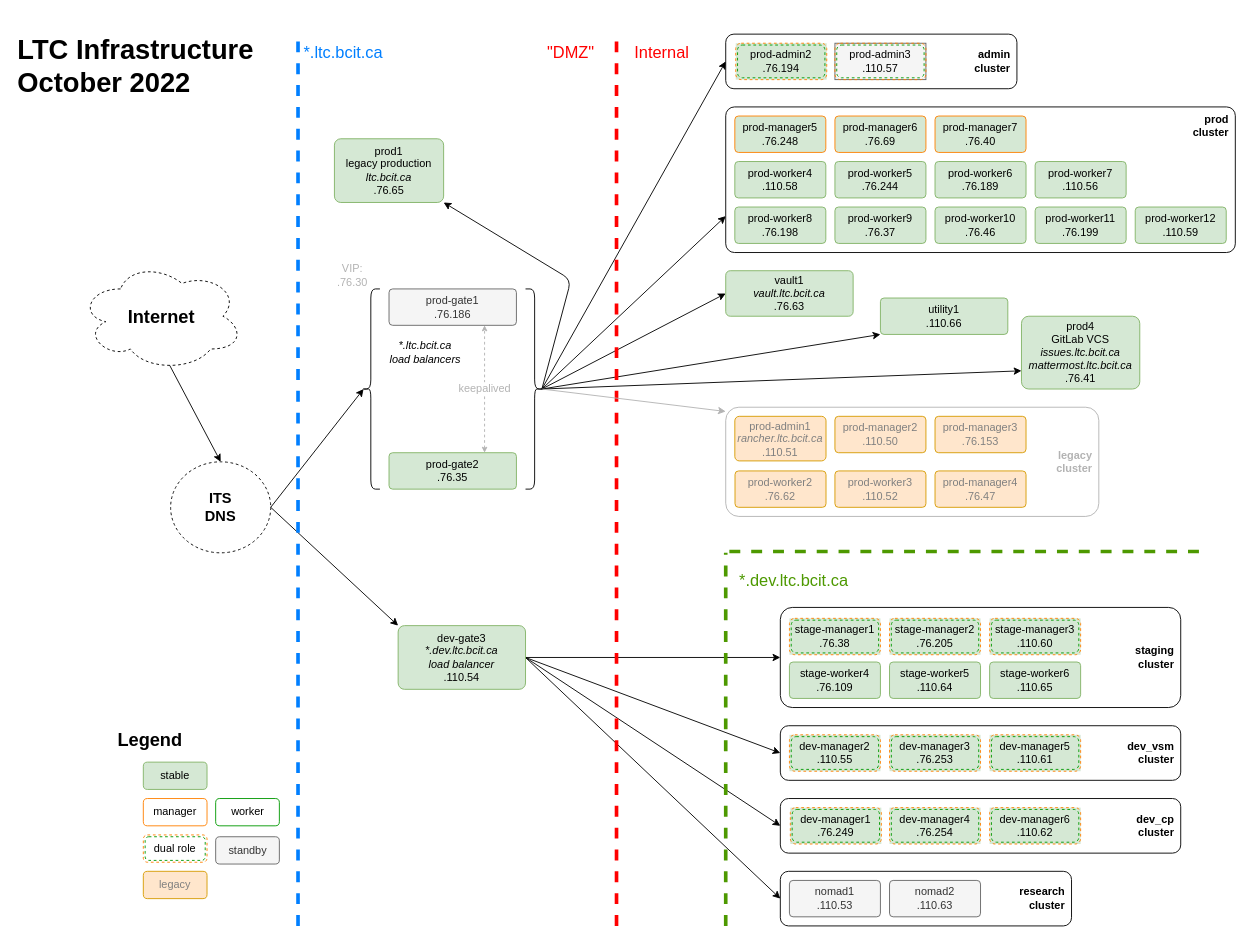
The draw.io diagram docs/assets/ltc-infrastructure-oct2022-light.drawio in bcit-ltc/infrastructure-documentation, before the edit. Source tidied: cells renumbered, new cells numbered last; positions are measured from the earlier drawing's top-left corner, leaving out a move shared by most shapes. Both pictures are drawn from the tidied source at 91%, with x=0, y=0 at pixel (15, 15).
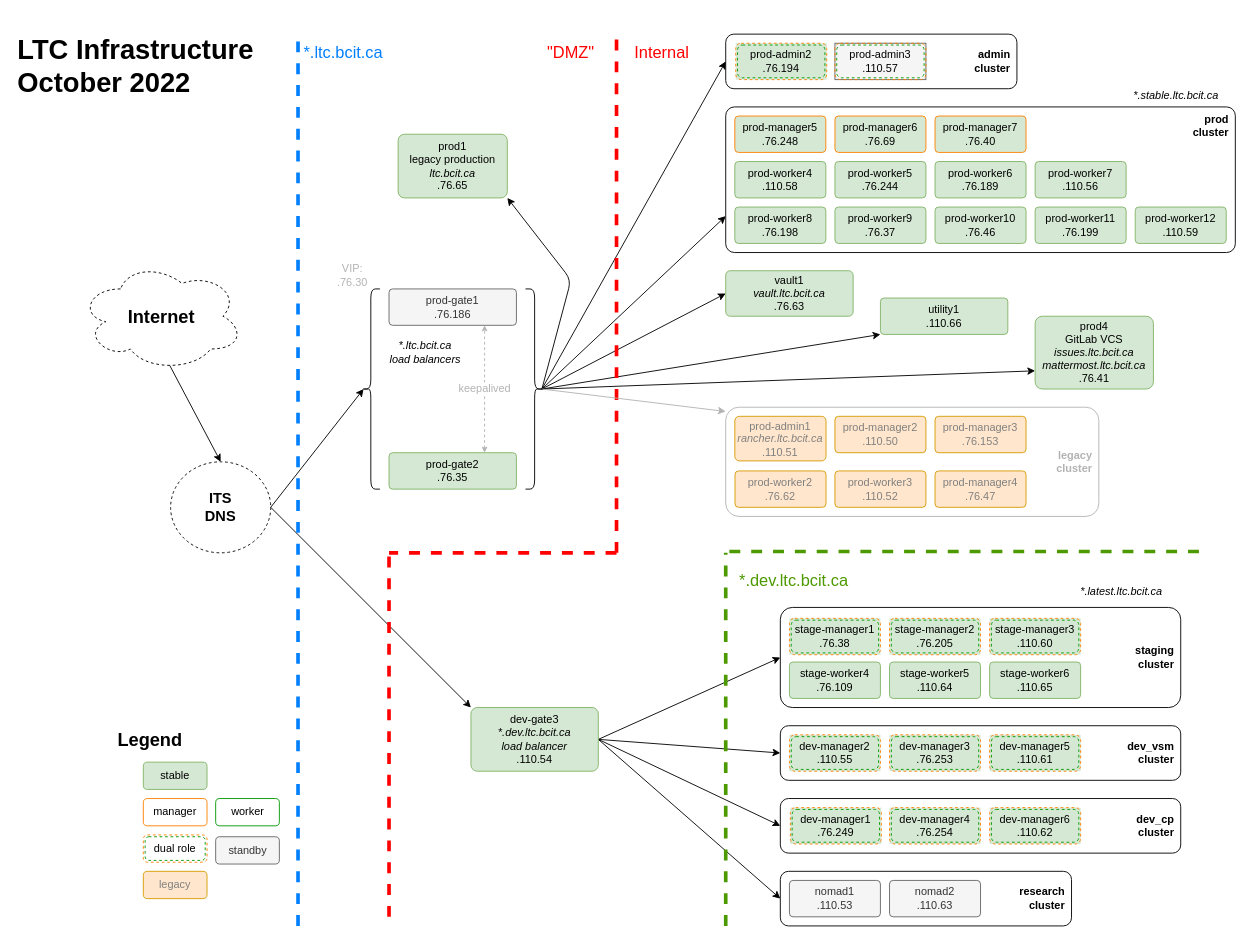
After the change.

Diff of the diagram source:
```diff
@@
     <mxCell id="12" value="dev-gate3&lt;br&gt;&lt;i&gt;*.dev.ltc.bcit.ca&lt;br&gt;load balancer&lt;br&gt;&lt;/i&gt;.110.54" style="rounded=1;arcSize=10;whiteSpace=wrap;html=1;align=center;fillColor=#d5e8d4;strokeColor=#82b366;" parent="1" vertex="1">
-      <mxGeometry x="420" y="670" width="140" height="70" as="geometry" />
+      <mxGeometry x="500" y="760" width="140" height="70" as="geometry" />
     </mxCell>
     <mxCell id="13" value="prod4&lt;br&gt;GitLab VCS&lt;br&gt;&lt;i&gt;issues.ltc.bcit.ca&lt;br&gt;mattermost.ltc.bcit.ca&lt;br&gt;&lt;/i&gt;.76.41" style="rounded=1;arcSize=10;whiteSpace=wrap;html=1;align=center;fillColor=#d5e8d4;strokeColor=#82b366;" parent="1" vertex="1">
-      <mxGeometry x="1105" y="330" width="130" height="80" as="geometry" />
+      <mxGeometry x="1120" y="330" width="130" height="80" as="geometry" />
     </mxCell>
     <mxCell id="14" value="prod1&lt;br&gt;legacy production&lt;br&gt;&lt;i&gt;ltc.bcit.ca&lt;br&gt;&lt;/i&gt;.76.65" style="rounded=1;arcSize=10;whiteSpace=wrap;html=1;align=center;fillColor=#d5e8d4;strokeColor=#82b366;" parent="1" vertex="1">
-      <mxGeometry x="350" y="135" width="120" height="70" as="geometry" />
+      <mxGeometry x="420" y="130" width="120" height="70" as="geometry" />
     </mxCell>
@@
     <mxCell id="24" style="endArrow=none;dashed=1;html=1;strokeWidth=4;rounded=1;fontSize=26;fontColor=#FF0000;strokeColor=#FF0000;" parent="1" edge="1">
       <mxGeometry relative="1" as="geometry">
-        <mxPoint x="660" y="1000" as="sourcePoint" />
+        <mxPoint x="660" y="590" as="sourcePoint" />
         <mxPoint x="660" y="20" as="targetPoint" />
       </mxGeometry>
     </mxCell>
@@
+    <mxCell id="113" value="&lt;i&gt;*.stable.ltc.bcit.ca&lt;/i&gt;" style="text;html=1;strokeColor=none;fillColor=none;align=center;verticalAlign=middle;whiteSpace=wrap;rounded=0;" parent="1" vertex="1">
+      <mxGeometry x="1210" y="80" width="130" height="15" as="geometry" />
+    </mxCell>
+    <mxCell id="114" value="&lt;i&gt;*.latest.ltc.bcit.ca&lt;/i&gt;" style="text;html=1;strokeColor=none;fillColor=none;align=center;verticalAlign=middle;whiteSpace=wrap;rounded=0;" parent="1" vertex="1">
+      <mxGeometry x="1150" y="625" width="130" height="15" as="geometry" />
+    </mxCell>
+    <mxCell id="115" style="endArrow=none;dashed=1;html=1;strokeWidth=4;rounded=1;fontSize=26;fontColor=#FF0000;strokeColor=#FF0000;" parent="1" edge="1">
+      <mxGeometry relative="1" as="geometry">
+        <mxPoint x="660" y="590" as="sourcePoint" />
+        <mxPoint x="410" y="590" as="targetPoint" />
+      </mxGeometry>
+    </mxCell>
+    <mxCell id="116" style="endArrow=none;dashed=1;html=1;strokeWidth=4;rounded=1;fontSize=26;fontColor=#FF0000;strokeColor=#FF0000;" parent="1" edge="1">
+      <mxGeometry relative="1" as="geometry">
+        <mxPoint x="410" y="990" as="sourcePoint" />
+        <mxPoint x="410" y="590" as="targetPoint" />
+      </mxGeometry>
+    </mxCell>
```
